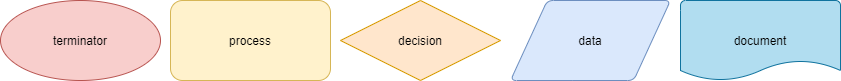
StevenSchaeffer/fa21-cse110-lab4 keeps this draw.io diagram as explore/diagramming/diagram.drawio.png. Above is the earlier version. Source tidied: cells renumbered, new cells last; positions are measured from the earlier drawing's top-left corner, leaving out a move shared by most shapes.
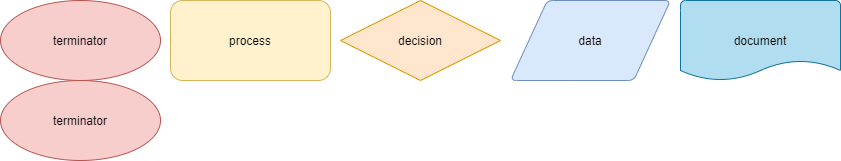
Above is the later version.

Diff of the diagram source:
```diff
@@ -17,5 +17,8 @@
     <mxCell id="6" value="&lt;font color=&quot;#000000&quot;&gt;document&lt;/font&gt;" style="strokeWidth=1;html=1;shape=mxgraph.flowchart.document2;whiteSpace=wrap;size=0.25;fillColor=#b1ddf0;strokeColor=#10739e;" parent="1" vertex="1">
       <mxGeometry x="680" width="160" height="80" as="geometry" />
     </mxCell>
+    <mxCell id="7" value="&lt;font color=&quot;#000000&quot;&gt;terminator&lt;/font&gt;" style="ellipse;whiteSpace=wrap;html=1;fillColor=#f8cecc;strokeColor=#b85450;" parent="1" vertex="1">
+      <mxGeometry y="80" width="160" height="80" as="geometry" />
+    </mxCell>
   </root>
 </mxGraphModel>
```
